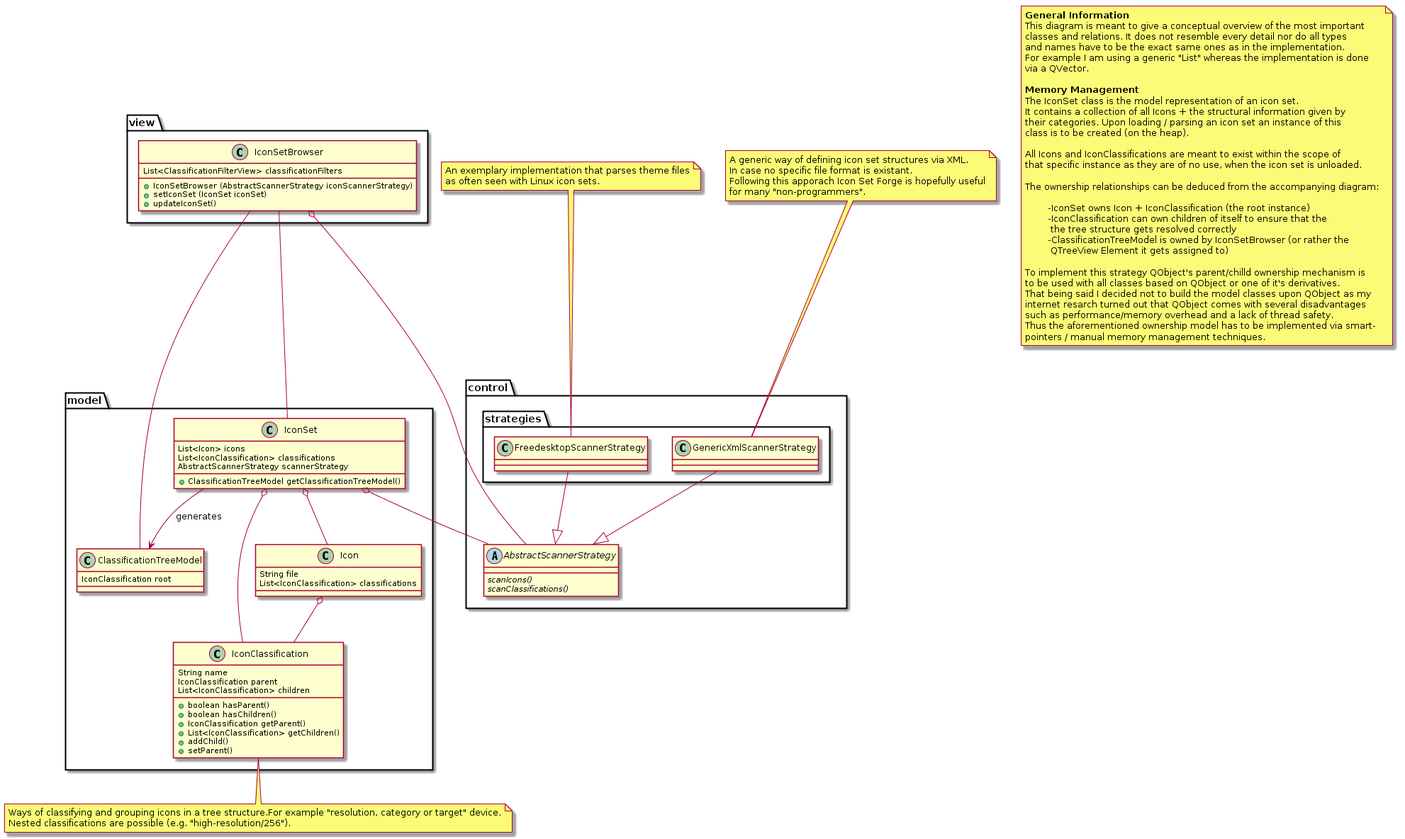
Above: Concept/UML/classes.png in Manuel-Kehl/Icon-Set-Forge (PlantUML), before the change.
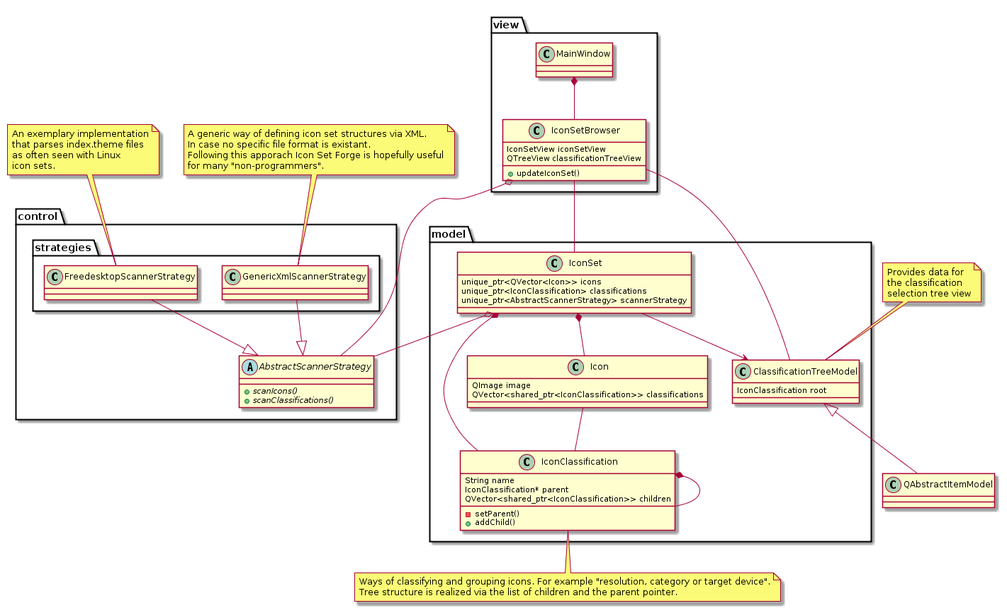
Above is the later version.

What changed in the source:
```diff
@@ -1,44 +1,9 @@
 @startuml
-
-note as N1
-<b>General Information</b>
-This diagram is meant to give a conceptual overview of the most important
-classes and relations. It does not resemble every detail nor do all types
-and names have to be the exact same ones as in the implementation.
-For example I am using a generic "List" whereas the implementation is done
-via a QVector.
-
-<b>Memory Management</b>
-The IconSet class is the model representation of an icon set.
-It contains a collection of all Icons + the structural information given by
-their categories. Upon loading / parsing an icon set an instance of this
-class is to be created (on the heap).
-
-All Icons and IconClassifications are meant to exist within the scope of
-that specific instance as they are of no use, when the icon set is unloaded.
-
-The ownership relationships can be deduced from the accompanying diagram:
-
-	-IconSet owns Icon + IconClassification (the root instance)
-	-IconClassification can own children of itself to ensure that the
-	 the tree structure gets resolved correctly
-	-ClassificationTreeModel is owned by IconSetBrowser (or rather the
-	 QTreeView Element it gets assigned to)
-
-To implement this strategy QObject's parent/chilld ownership mechanism is
-to be used with all classes based on QObject or one of it's derivatives.
-That being said I decided not to build the model classes upon QObject as my
-internet resarch turned out that QObject comes with several disadvantages
-such as performance/memory overhead and a lack of thread safety.
-Thus the aforementioned ownership model has to be implemented via smart-
-pointers / manual memory management techniques.
-end note
-
 
 package control {
 	abstract class AbstractScannerStrategy {
-		{abstract} + scanIcons()
-		{abstract} + scanClassifications()
+		+ {abstract} scanIcons()
+		+ {abstract} scanClassifications()
 	}
 	package strategies {
 		class FreedesktopScannerStrategy --|> AbstractScannerStrategy
@@ -48,36 +13,35 @@
 
 package view {
 	class IconSetBrowser {
-		List<ClassificationFilterView> classificationFilters
-		+ IconSetBrowser (AbstractScannerStrategy iconScannerStrategy)
-		+ setIconSet (IconSet iconSet)
+		IconSetView iconSetView
+		QTreeView	classificationTreeView
 		+ updateIconSet()
 	}
+
+	class MainWindow {
+	}
 }
+
+MainWindow *-- IconSetBrowser
 
 package model {
 	class IconClassification {
 		String name
-		IconClassification parent
-		List<IconClassification> children
-		+ boolean hasParent()
-		+ boolean hasChildren()
-		+ IconClassification getParent()
-		+ List<IconClassification> getChildren()
+		IconClassification* parent
+		QVector<shared_ptr<IconClassification>> children
+		- setParent()
 		+ addChild()
-		+ setParent()
 	}
 
 	class IconSet {
-		List<Icon> icons
-		List<IconClassification> classifications
-		AbstractScannerStrategy scannerStrategy
-		+ ClassificationTreeModel getClassificationTreeModel()
+		unique_ptr<QVector<Icon>> icons
+		unique_ptr<IconClassification> classifications
+		unique_ptr<AbstractScannerStrategy> scannerStrategy
 	}
 
 	class Icon {
-		String file
-		List<IconClassification> classifications
+		QImage image
+		QVector<shared_ptr<IconClassification>> classifications
 	}
 
 	class ClassificationTreeModel {
@@ -85,21 +49,26 @@
 	}
 }
 
+ClassificationTreeModel <|- QAbstractItemModel
+
 IconSetBrowser o-- AbstractScannerStrategy
 
-Icon o-- IconClassification
-IconSet o-- Icon
-IconSet o-- IconClassification
+Icon -- IconClassification
+IconSet *-- Icon
+IconSet *-- IconClassification
 IconSet o- AbstractScannerStrategy
-IconSet --> ClassificationTreeModel : generates
+IconSet --> ClassificationTreeModel
+IconClassification *-- IconClassification
 
 IconSetBrowser -- IconSet
 IconSetBrowser -- ClassificationTreeModel
 
-note bottom of IconClassification: Ways of classifying and grouping icons in a tree structure.For example "resolution, category or target" device.\nNested classifications are possible (e.g. "high-resolution/256").
+note bottom of IconClassification: Ways of classifying and grouping icons. For example "resolution, category or target device".\nTree structure is realized via the list of children and the parent pointer.
 
-note top of FreedesktopScannerStrategy: An exemplary implementation that parses theme files\nas often seen with Linux icon sets.
+note top of FreedesktopScannerStrategy: An exemplary implementation\nthat parses index.theme files\nas often seen with Linux\nicon sets.
 
 note top of GenericXmlScannerStrategy: A generic way of defining icon set structures via XML.\nIn case no specific file format is existant.\nFollowing this apporach Icon Set Forge is hopefully useful\nfor many "non-programmers".
 
+note top of ClassificationTreeModel: Provides data for\nthe classification\nselection tree view
+
 @enduml
```
